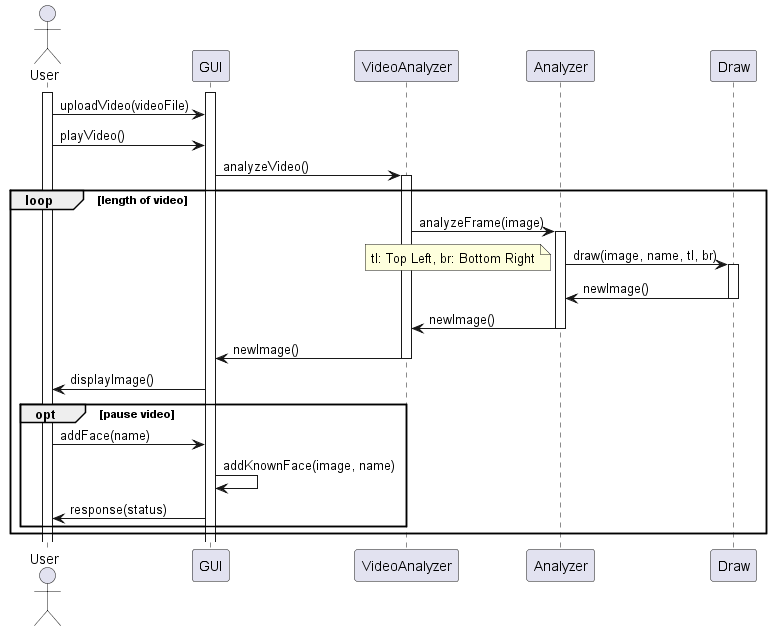
Above: docs/diagrams/out/video-sequence.png in mhuybregts/vision-id (PlantUML), before the change. Source of this version:
```plantuml
@startuml video-sequence

actor User
activate User
activate GUI

User -> GUI : uploadVideo(videoFile)
User -> GUI : playVideo()

GUI -> VideoAnalyzer : analyzeVideo()
activate VideoAnalyzer

loop length of video
    VideoAnalyzer -> Analyzer : analyzeFrame(image)
    activate Analyzer
    Analyzer -> Draw : draw(image, name, tl, br)
    note left: tl: Top Left, br: Bottom Right
    activate Draw
    Draw -> Analyzer : newImage()
    deactivate Draw
    Analyzer -> VideoAnalyzer : newImage()
    deactivate Analyzer
    VideoAnalyzer -> GUI : newImage()
    deactivate VideoAnalyzer
    GUI -> User : displayImage()

    opt pause video
        User -> GUI : addFace(name)
        GUI -> GUI : addKnownFace(image, name)
        GUI -> User : response(status)
    end
end

@enduml
```
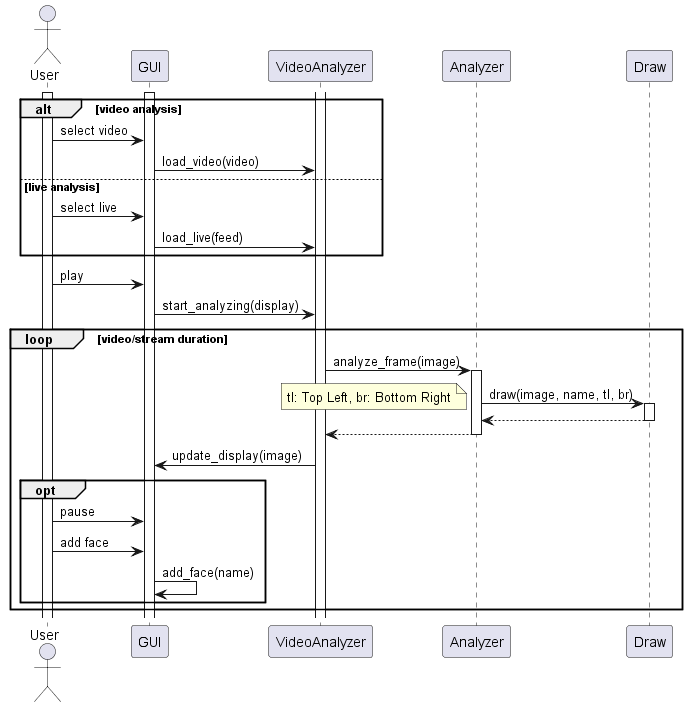
After the change.

The edit, as a diff of the source:
```diff
@@ -4,30 +4,36 @@
 activate User
 activate GUI
 
-User -> GUI : uploadVideo(videoFile)
-User -> GUI : playVideo()
+alt video analysis
+    User -> GUI : select video
+    GUI -> VideoAnalyzer : load_video(video)
+else live analysis
+    User -> GUI : select live
+    GUI -> VideoAnalyzer : load_live(feed)
+end
 
-GUI -> VideoAnalyzer : analyzeVideo()
 activate VideoAnalyzer
 
-loop length of video
-    VideoAnalyzer -> Analyzer : analyzeFrame(image)
+User -> GUI: play
+GUI -> VideoAnalyzer: start_analyzing(display)
+
+loop video/stream duration
+
+    VideoAnalyzer -> Analyzer : analyze_frame(image)
     activate Analyzer
     Analyzer -> Draw : draw(image, name, tl, br)
     note left: tl: Top Left, br: Bottom Right
     activate Draw
-    Draw -> Analyzer : newImage()
+    Draw --> Analyzer
     deactivate Draw
-    Analyzer -> VideoAnalyzer : newImage()
+    Analyzer --> VideoAnalyzer
     deactivate Analyzer
-    VideoAnalyzer -> GUI : newImage()
-    deactivate VideoAnalyzer
-    GUI -> User : displayImage()
+    VideoAnalyzer -> GUI: update_display(image)
 
-    opt pause video
-        User -> GUI : addFace(name)
-        GUI -> GUI : addKnownFace(image, name)
-        GUI -> User : response(status)
+    opt
+        User -> GUI : pause
+        User -> GUI : add face
+        GUI -> GUI : add_face(name)
     end
 end
 
```
